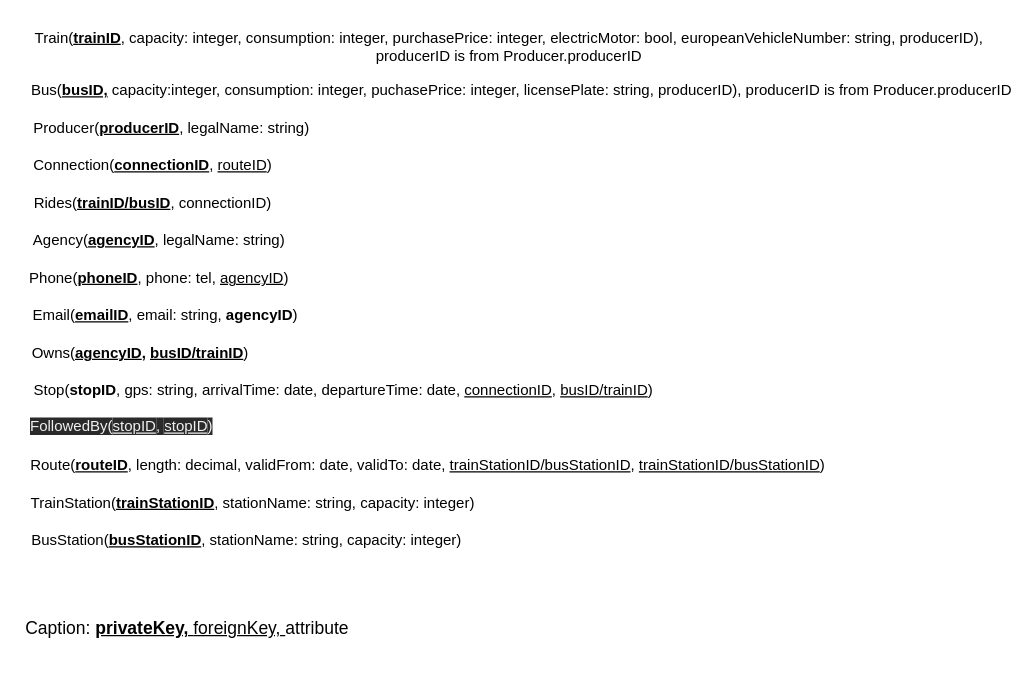
Above: 4/model/relational.drawio in zhukovdm/T1G4 (draw.io), before the change. Source tidied: cells renumbered, new cells numbered last; positions are measured from the earlier drawing's top-left corner, leaving out a move shared by most shapes. Both pictures are drawn from the tidied source at 125%, with x=0, y=0 at pixel (21, 21).
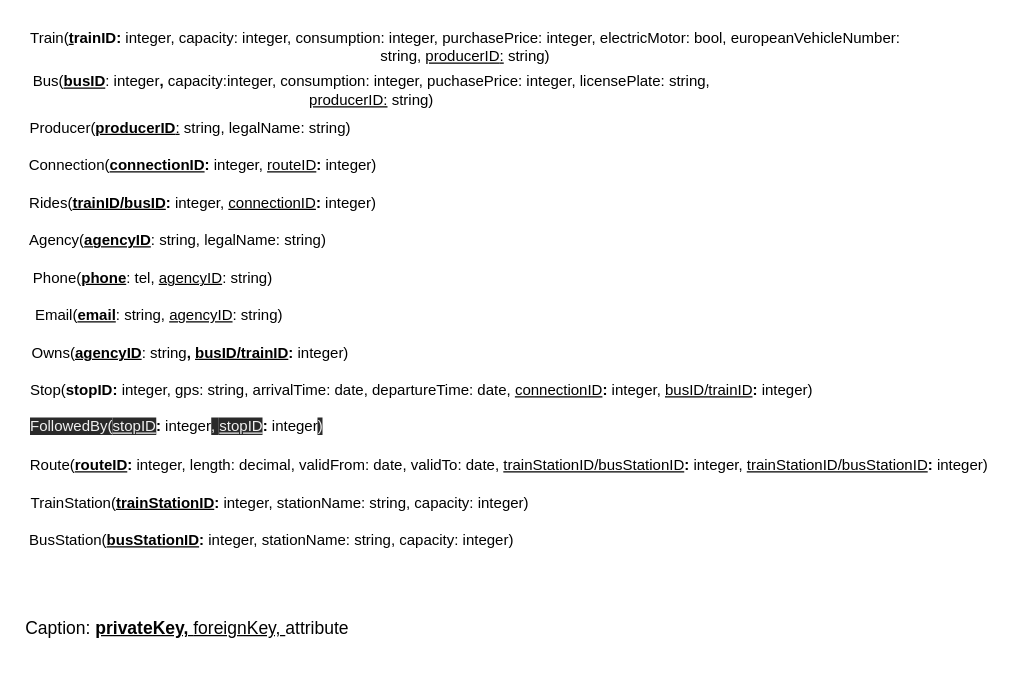
The same page after the edit.

Commit message (it also covers changes not shown here):
Final version of both svg and drawio, added types for IDs, deleted redundant IDs

The edit, as a diff of the source:
```diff
@@
 <mxGraphModel>
   <root>
     <mxCell id="0" />
     <mxCell id="1" parent="0" />
-    <mxCell id="2" value="Train(&lt;b&gt;&lt;u&gt;t&lt;/u&gt;&lt;/b&gt;&lt;u&gt;&lt;b&gt;rainID&lt;/b&gt;&lt;/u&gt;, capacity: integer, consumption: integer, purchasePrice: integer, electricMotor: bool, europeanVehicleNumber: string, producerID), producerID is from Producer.producerID" style="text;html=1;strokeColor=none;fillColor=none;align=center;verticalAlign=middle;whiteSpace=wrap;rounded=0;" parent="1" vertex="1">
-      <mxGeometry x="5" width="770" height="40" as="geometry" />
+    <mxCell id="2" value="Train(&lt;b&gt;&lt;u&gt;t&lt;/u&gt;&lt;/b&gt;&lt;b&gt;rainID:&lt;/b&gt;&amp;nbsp;integer, capacity: integer, consumption: integer, purchasePrice: integer, electricMotor: bool, europeanVehicleNumber: string, &lt;u&gt;producerID&lt;/u&gt;&lt;u&gt;:&lt;/u&gt;&amp;nbsp;string)" style="text;html=1;strokeColor=none;fillColor=none;align=center;verticalAlign=middle;whiteSpace=wrap;rounded=0;" parent="1" vertex="1">
+      <mxGeometry x="5" width="700" height="40" as="geometry" />
     </mxCell>
-    <mxCell id="3" value="Bus(&lt;b&gt;&lt;u&gt;busID,&lt;/u&gt;&lt;/b&gt; capacity:integer, consumption: integer, puchasePrice: integer, licensePlate: string, producerID), producerID is from Producer.producerID" style="text;html=1;strokeColor=none;fillColor=none;align=center;verticalAlign=middle;whiteSpace=wrap;rounded=0;" parent="1" vertex="1">
-      <mxGeometry x="5" y="40" width="790" height="30" as="geometry" />
+    <mxCell id="3" value="Bus(&lt;u style=&quot;font-weight: bold&quot;&gt;busID&lt;/u&gt;: integer&lt;u style=&quot;font-weight: bold&quot;&gt;,&lt;/u&gt; capacity:integer, consumption: integer, puchasePrice: integer, licensePlate: string, &lt;u&gt;producerID:&lt;/u&gt;&amp;nbsp;string)" style="text;html=1;strokeColor=none;fillColor=none;align=center;verticalAlign=middle;whiteSpace=wrap;rounded=0;" parent="1" vertex="1">
+      <mxGeometry x="5" y="40" width="550" height="30" as="geometry" />
     </mxCell>
-    <mxCell id="4" value="Producer(&lt;b&gt;&lt;u&gt;producerID&lt;/u&gt;&lt;/b&gt;, legalName: string)" style="text;html=1;strokeColor=none;fillColor=none;align=center;verticalAlign=middle;whiteSpace=wrap;rounded=0;" parent="1" vertex="1">
-      <mxGeometry x="5" y="70" width="230" height="30" as="geometry" />
+    <mxCell id="4" value="Producer(&lt;b&gt;&lt;u&gt;producerID&lt;/u&gt;&lt;/b&gt;&lt;u&gt;:&lt;/u&gt;&amp;nbsp;string, legalName: string)" style="text;html=1;strokeColor=none;fillColor=none;align=center;verticalAlign=middle;whiteSpace=wrap;rounded=0;" parent="1" vertex="1">
+      <mxGeometry x="5" y="70" width="260" height="30" as="geometry" />
     </mxCell>
-    <mxCell id="5" value="Connection(&lt;b&gt;&lt;u&gt;connectionID&lt;/u&gt;&lt;/b&gt;, &lt;u&gt;routeID&lt;/u&gt;)" style="text;html=1;strokeColor=none;fillColor=none;align=center;verticalAlign=middle;whiteSpace=wrap;rounded=0;" parent="1" vertex="1">
-      <mxGeometry x="5" y="100" width="200" height="30" as="geometry" />
+    <mxCell id="5" value="Connection(&lt;b&gt;&lt;u&gt;connectionID&lt;/u&gt;&lt;/b&gt;&lt;b&gt;:&lt;/b&gt;&amp;nbsp;integer, &lt;u&gt;routeID&lt;/u&gt;&lt;b&gt;:&lt;/b&gt;&amp;nbsp;integer)" style="text;html=1;strokeColor=none;fillColor=none;align=center;verticalAlign=middle;whiteSpace=wrap;rounded=0;" parent="1" vertex="1">
+      <mxGeometry y="100" width="290" height="30" as="geometry" />
     </mxCell>
-    <mxCell id="6" value="Rides(&lt;b&gt;&lt;u&gt;trainID/busID&lt;/u&gt;&lt;/b&gt;, connectionID)" style="text;html=1;strokeColor=none;fillColor=none;align=center;verticalAlign=middle;whiteSpace=wrap;rounded=0;" parent="1" vertex="1">
-      <mxGeometry x="5" y="130" width="200" height="30" as="geometry" />
+    <mxCell id="6" value="Rides(&lt;b&gt;&lt;u&gt;trainID/busID&lt;/u&gt;&lt;/b&gt;&lt;b&gt;:&lt;/b&gt;&amp;nbsp;integer,&amp;nbsp;&lt;u&gt;connectionID&lt;/u&gt;&lt;b&gt;:&lt;/b&gt;&amp;nbsp;integer)" style="text;html=1;strokeColor=none;fillColor=none;align=center;verticalAlign=middle;whiteSpace=wrap;rounded=0;" parent="1" vertex="1">
+      <mxGeometry x="5" y="130" width="280" height="30" as="geometry" />
     </mxCell>
-    <mxCell id="7" value="Agency(&lt;b&gt;&lt;u&gt;agencyID&lt;/u&gt;&lt;/b&gt;, legalName: string)" style="text;html=1;strokeColor=none;fillColor=none;align=center;verticalAlign=middle;whiteSpace=wrap;rounded=0;" parent="1" vertex="1">
-      <mxGeometry x="5" y="160" width="210" height="30" as="geometry" />
+    <mxCell id="7" value="Agency(&lt;b&gt;&lt;u&gt;agencyID&lt;/u&gt;&lt;/b&gt;: string, legalName: string)" style="text;html=1;strokeColor=none;fillColor=none;align=center;verticalAlign=middle;whiteSpace=wrap;rounded=0;" parent="1" vertex="1">
+      <mxGeometry x="5" y="160" width="240" height="30" as="geometry" />
     </mxCell>
-    <mxCell id="8" value="Phone(&lt;b&gt;&lt;u&gt;phoneID&lt;/u&gt;&lt;/b&gt;, phone: tel, &lt;u&gt;agencyID&lt;/u&gt;)" style="text;html=1;strokeColor=none;fillColor=none;align=center;verticalAlign=middle;whiteSpace=wrap;rounded=0;" parent="1" vertex="1">
-      <mxGeometry x="5" y="190" width="210" height="30" as="geometry" />
+    <mxCell id="8" value="Phone(&lt;b&gt;&lt;u&gt;phone&lt;/u&gt;&lt;/b&gt;: tel, &lt;u&gt;agencyID&lt;/u&gt;: string)" style="text;html=1;strokeColor=none;fillColor=none;align=center;verticalAlign=middle;whiteSpace=wrap;rounded=0;" parent="1" vertex="1">
+      <mxGeometry x="5" y="190" width="200" height="30" as="geometry" />
     </mxCell>
-    <mxCell id="9" value="Email(&lt;b&gt;&lt;u&gt;emailID&lt;/u&gt;&lt;/b&gt;, email: string, &lt;b&gt;agencyID&lt;/b&gt;)" style="text;html=1;strokeColor=none;fillColor=none;align=center;verticalAlign=middle;whiteSpace=wrap;rounded=0;" parent="1" vertex="1">
-      <mxGeometry x="5" y="220" width="220" height="30" as="geometry" />
+    <mxCell id="9" value="Email(&lt;b&gt;&lt;u&gt;email&lt;/u&gt;&lt;/b&gt;: string, &lt;u&gt;agencyID&lt;/u&gt;: string)" style="text;html=1;strokeColor=none;fillColor=none;align=center;verticalAlign=middle;whiteSpace=wrap;rounded=0;" parent="1" vertex="1">
+      <mxGeometry x="5" y="220" width="210" height="30" as="geometry" />
     </mxCell>
-    <mxCell id="10" value="Owns(&lt;b&gt;&lt;u&gt;agencyID&lt;/u&gt;, &lt;u&gt;busID/trainID&lt;/u&gt;&lt;/b&gt;)" style="text;html=1;strokeColor=none;fillColor=none;align=center;verticalAlign=middle;whiteSpace=wrap;rounded=0;" parent="1" vertex="1">
-      <mxGeometry x="5" y="250" width="180" height="30" as="geometry" />
+    <mxCell id="10" value="Owns(&lt;b&gt;&lt;u&gt;agencyID&lt;/u&gt;&lt;/b&gt;: string&lt;b&gt;, &lt;u&gt;busID/trainID&lt;/u&gt;&lt;/b&gt;&lt;b&gt;:&lt;/b&gt;&amp;nbsp;integer)" style="text;html=1;strokeColor=none;fillColor=none;align=center;verticalAlign=middle;whiteSpace=wrap;rounded=0;" parent="1" vertex="1">
+      <mxGeometry x="5" y="250" width="260" height="30" as="geometry" />
     </mxCell>
-    <mxCell id="11" value="Stop(&lt;b&gt;stopID&lt;/b&gt;, gps: string, arrivalTime: date, departureTime: date, &lt;u&gt;connectionID&lt;/u&gt;, &lt;u&gt;busID/trainID&lt;/u&gt;)" style="text;html=1;strokeColor=none;fillColor=none;align=center;verticalAlign=middle;whiteSpace=wrap;rounded=0;" parent="1" vertex="1">
-      <mxGeometry x="5" y="280" width="505" height="30" as="geometry" />
+    <mxCell id="11" value="Stop(&lt;b&gt;stopID&lt;/b&gt;&lt;b&gt;:&lt;/b&gt;&amp;nbsp;integer, gps: string, arrivalTime: date, departureTime: date, &lt;u&gt;connectionID&lt;/u&gt;&lt;b&gt;:&lt;/b&gt;&amp;nbsp;integer, &lt;u&gt;busID/trainID&lt;/u&gt;&lt;b&gt;:&lt;/b&gt;&amp;nbsp;integer)" style="text;html=1;strokeColor=none;fillColor=none;align=center;verticalAlign=middle;whiteSpace=wrap;rounded=0;" parent="1" vertex="1">
+      <mxGeometry x="5" y="280" width="630" height="30" as="geometry" />
     </mxCell>
-    <mxCell id="12" value="Route(&lt;b&gt;&lt;u&gt;routeID&lt;/u&gt;&lt;/b&gt;,&amp;nbsp;length: decimal, validFrom: date, validTo: date, &lt;u&gt;trainStationID/busStationID&lt;/u&gt;, &lt;u&gt;trainStationID/busStationID&lt;/u&gt;)" style="text;html=1;strokeColor=none;fillColor=none;align=center;verticalAlign=middle;whiteSpace=wrap;rounded=0;" parent="1" vertex="1">
-      <mxGeometry x="5" y="340" width="640" height="30" as="geometry" />
+    <mxCell id="12" value="Route(&lt;b&gt;&lt;u&gt;routeID&lt;/u&gt;&lt;/b&gt;&lt;b&gt;:&lt;/b&gt;&amp;nbsp;integer,&amp;nbsp;length: decimal, validFrom: date, validTo: date, &lt;u&gt;trainStationID/busStationID&lt;/u&gt;&lt;b&gt;:&lt;/b&gt;&amp;nbsp;integer, &lt;u&gt;trainStationID/busStationID&lt;/u&gt;&lt;b&gt;:&lt;/b&gt;&amp;nbsp;integer)" style="text;html=1;strokeColor=none;fillColor=none;align=center;verticalAlign=middle;whiteSpace=wrap;rounded=0;" parent="1" vertex="1">
+      <mxGeometry x="5" y="340" width="770" height="30" as="geometry" />
     </mxCell>
+    <mxCell id="17" style="edgeStyle=none;html=1;" parent="1" edge="1" source="13" target="12">
+      <mxGeometry relative="1" as="geometry" />
+    </mxCell>
-    <mxCell id="13" value="TrainStation(&lt;b&gt;&lt;u&gt;trainStationID&lt;/u&gt;&lt;/b&gt;, stationName: string, capacity: integer)" style="text;html=1;strokeColor=none;fillColor=none;align=center;verticalAlign=middle;whiteSpace=wrap;rounded=0;" parent="1" vertex="1">
-      <mxGeometry x="5" y="370" width="360" height="30" as="geometry" />
+    <mxCell id="13" value="TrainStation(&lt;b&gt;&lt;u&gt;trainStationID&lt;/u&gt;&lt;/b&gt;&lt;b&gt;:&lt;/b&gt;&amp;nbsp;integer, stationName: string, capacity: integer)&amp;nbsp;&amp;nbsp;" style="text;html=1;strokeColor=none;fillColor=none;align=center;verticalAlign=middle;whiteSpace=wrap;rounded=0;" parent="1" vertex="1">
+      <mxGeometry x="5" y="370" width="410" height="30" as="geometry" />
     </mxCell>
-    <mxCell id="14" value="BusStation(&lt;b&gt;&lt;u&gt;busStationID&lt;/u&gt;&lt;/b&gt;, stationName: string, capacity: integer)" style="text;html=1;strokeColor=none;fillColor=none;align=center;verticalAlign=middle;whiteSpace=wrap;rounded=0;" parent="1" vertex="1">
-      <mxGeometry x="5" y="400" width="350" height="30" as="geometry" />
+    <mxCell id="14" value="BusStation(&lt;b&gt;&lt;u&gt;busStationID&lt;/u&gt;&lt;/b&gt;&lt;b&gt;:&lt;/b&gt;&amp;nbsp;integer, stationName: string, capacity: integer)" style="text;html=1;strokeColor=none;fillColor=none;align=center;verticalAlign=middle;whiteSpace=wrap;rounded=0;" parent="1" vertex="1">
+      <mxGeometry x="5" y="400" width="390" height="30" as="geometry" />
     </mxCell>
-    <mxCell id="15" value="&lt;span style=&quot;color: rgb(240, 240, 240); font-family: helvetica; font-size: 12px; font-style: normal; font-weight: 400; letter-spacing: normal; text-align: center; text-indent: 0px; text-transform: none; word-spacing: 0px; background-color: rgb(42, 42, 42); display: inline; float: none;&quot;&gt;FollowedBy(&lt;/span&gt;&lt;u style=&quot;color: rgb(240, 240, 240); font-family: helvetica; font-size: 12px; font-style: normal; font-weight: 400; letter-spacing: normal; text-align: center; text-indent: 0px; text-transform: none; word-spacing: 0px; background-color: rgb(42, 42, 42);&quot;&gt;stopID&lt;/u&gt;&lt;span style=&quot;color: rgb(240, 240, 240); font-family: helvetica; font-size: 12px; font-style: normal; font-weight: 400; letter-spacing: normal; text-align: center; text-indent: 0px; text-transform: none; word-spacing: 0px; background-color: rgb(42, 42, 42); display: inline; float: none;&quot;&gt;,&lt;span&gt;&amp;nbsp;&lt;/span&gt;&lt;/span&gt;&lt;u style=&quot;color: rgb(240, 240, 240); font-family: helvetica; font-size: 12px; font-style: normal; font-weight: 400; letter-spacing: normal; text-align: center; text-indent: 0px; text-transform: none; word-spacing: 0px; background-color: rgb(42, 42, 42);&quot;&gt;stopID&lt;/u&gt;&lt;span style=&quot;color: rgb(240, 240, 240); font-family: helvetica; font-size: 12px; font-style: normal; font-weight: 400; letter-spacing: normal; text-align: center; text-indent: 0px; text-transform: none; word-spacing: 0px; background-color: rgb(42, 42, 42); display: inline; float: none;&quot;&gt;)&lt;/span&gt;" style="text;whiteSpace=wrap;html=1;" parent="1" vertex="1">
+    <mxCell id="15" value="&lt;span style=&quot;color: rgb(240 , 240 , 240) ; font-family: &amp;#34;helvetica&amp;#34; ; font-size: 12px ; font-style: normal ; font-weight: 400 ; letter-spacing: normal ; text-align: center ; text-indent: 0px ; text-transform: none ; word-spacing: 0px ; background-color: rgb(42 , 42 , 42) ; display: inline ; float: none&quot;&gt;FollowedBy(&lt;/span&gt;&lt;u style=&quot;color: rgb(240 , 240 , 240) ; font-family: &amp;#34;helvetica&amp;#34; ; font-size: 12px ; font-style: normal ; font-weight: 400 ; letter-spacing: normal ; text-align: center ; text-indent: 0px ; text-transform: none ; word-spacing: 0px ; background-color: rgb(42 , 42 , 42)&quot;&gt;stopID&lt;/u&gt;&lt;b style=&quot;text-align: center&quot;&gt;:&lt;/b&gt;&lt;span style=&quot;text-align: center&quot;&gt;&amp;nbsp;integer&lt;/span&gt;&lt;span style=&quot;color: rgb(240 , 240 , 240) ; font-family: &amp;#34;helvetica&amp;#34; ; font-size: 12px ; font-style: normal ; font-weight: 400 ; letter-spacing: normal ; text-align: center ; text-indent: 0px ; text-transform: none ; word-spacing: 0px ; background-color: rgb(42 , 42 , 42) ; display: inline ; float: none&quot;&gt;,&lt;span&gt;&amp;nbsp;&lt;/span&gt;&lt;/span&gt;&lt;u style=&quot;color: rgb(240 , 240 , 240) ; font-family: &amp;#34;helvetica&amp;#34; ; font-size: 12px ; font-style: normal ; font-weight: 400 ; letter-spacing: normal ; text-align: center ; text-indent: 0px ; text-transform: none ; word-spacing: 0px ; background-color: rgb(42 , 42 , 42)&quot;&gt;stopID&lt;/u&gt;&lt;b style=&quot;text-align: center&quot;&gt;:&lt;/b&gt;&lt;span style=&quot;text-align: center&quot;&gt;&amp;nbsp;integer&lt;/span&gt;&lt;span style=&quot;color: rgb(240 , 240 , 240) ; font-family: &amp;#34;helvetica&amp;#34; ; font-size: 12px ; font-style: normal ; font-weight: 400 ; letter-spacing: normal ; text-align: center ; text-indent: 0px ; text-transform: none ; word-spacing: 0px ; background-color: rgb(42 , 42 , 42) ; display: inline ; float: none&quot;&gt;)&lt;/span&gt;" style="text;whiteSpace=wrap;html=1;" parent="1" vertex="1">
       <mxGeometry x="5" y="310" width="170" height="30" as="geometry" />
     </mxCell>
     <mxCell id="16" value="&lt;font style=&quot;font-size: 14px&quot;&gt;Caption: &lt;u&gt;&lt;b&gt;privateKey, &lt;/b&gt;foreignKey, &lt;/u&gt;attribute&lt;/font&gt;" style="text;html=1;strokeColor=none;fillColor=none;align=center;verticalAlign=middle;whiteSpace=wrap;rounded=0;" parent="1" vertex="1">
       <mxGeometry y="460" width="265" height="50" as="geometry" />
     </mxCell>
   </root>
 </mxGraphModel>
```
